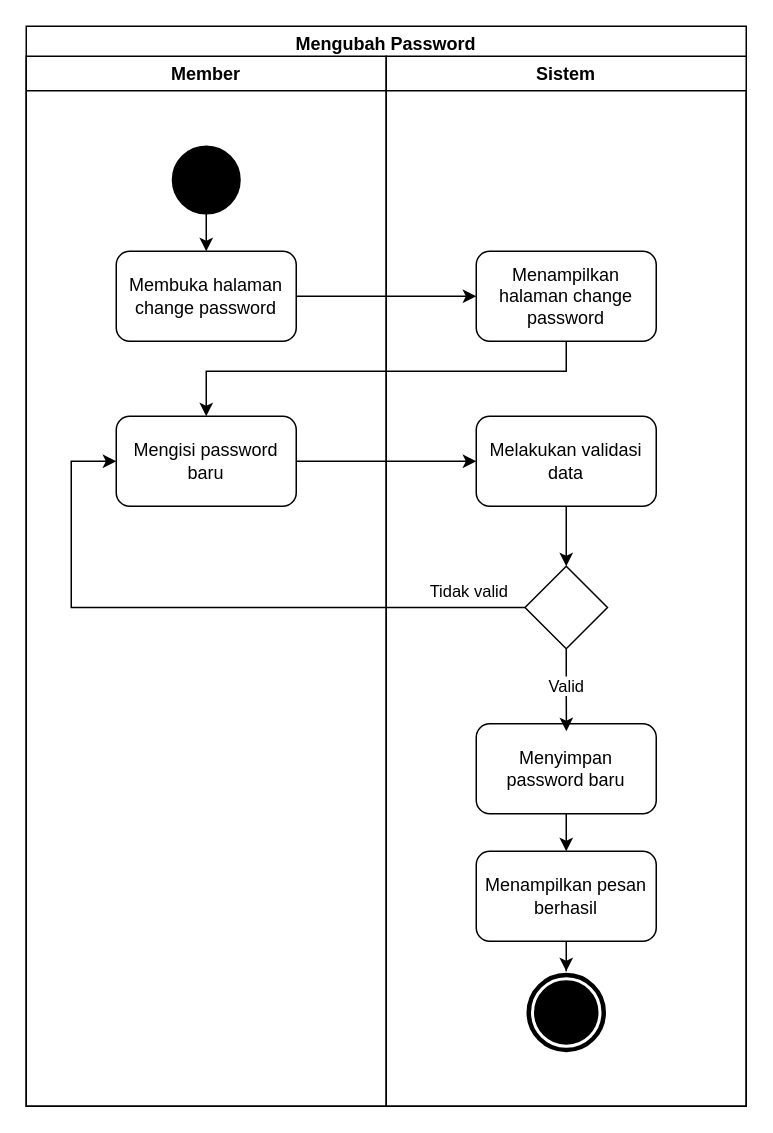
The draw.io diagram Diagram/Activity Diagram/7. mengubah password.drawio in techie-jhs/thesis, before the edit. Source tidied: cells renumbered, new cells numbered last; positions are measured from the earlier drawing's top-left corner, leaving out a move shared by most shapes. Both pictures are drawn from the tidied source at 150%, with x=0, y=0 at pixel (26, 26).
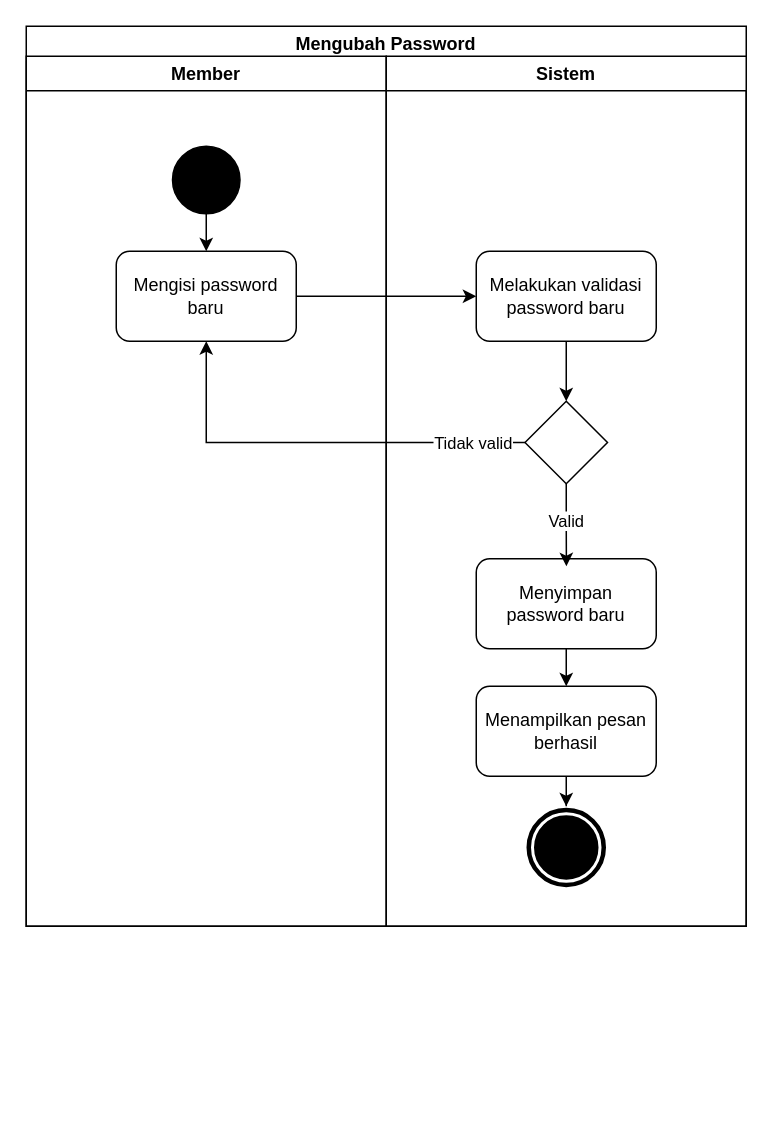
Above is the later version.

Unchanged cells that the change refers to:
```xml
<mxCell id="5" style="ellipse;whiteSpace=wrap;html=1;fillColor=#000000;" parent="3" vertex="1">
  <mxGeometry x="97.5" y="60" width="45" height="45" as="geometry" />
</mxCell>
```

Change to the diagram source:
```diff
@@
     <mxCell id="2" value="Mengubah Password" style="swimlane;fillColor=none;" parent="1" vertex="1">
-      <mxGeometry width="480" height="720" as="geometry" />
+      <mxGeometry width="480" height="600" as="geometry" />
     </mxCell>
     <mxCell id="3" value="Member" style="swimlane;" parent="2" vertex="1">
-      <mxGeometry y="20" width="240" height="700" as="geometry" />
+      <mxGeometry y="20" width="240" height="580" as="geometry" />
     </mxCell>
-    <mxCell id="4" style="edgeStyle=orthogonalEdgeStyle;rounded=0;jettySize=auto;html=1;" parent="3" edge="1" source="5" target="6">
-      <mxGeometry relative="1" as="geometry" />
-    </mxCell>
+    <mxCell id="24" style="edgeStyle=orthogonalEdgeStyle;rounded=0;jettySize=auto;html=1;" parent="3" edge="1" source="5" target="7">
+      <mxGeometry relative="1" as="geometry" />
+    </mxCell>
@@
-    <mxCell id="6" value="Membuka halaman change password" style="rounded=1;whiteSpace=wrap;html=1;fillColor=none;" parent="3" vertex="1">
-      <mxGeometry x="60" y="130" width="120" height="60" as="geometry" />
-    </mxCell>
     <mxCell id="7" value="&lt;span&gt;Mengisi password baru&lt;/span&gt;" style="rounded=1;whiteSpace=wrap;html=1;fillColor=none;" parent="3" vertex="1">
-      <mxGeometry x="60" y="240" width="120" height="60" as="geometry" />
+      <mxGeometry x="60" y="130" width="120" height="60" as="geometry" />
     </mxCell>
     <mxCell id="8" value="Sistem" style="swimlane;" parent="2" vertex="1">
-      <mxGeometry x="240" y="20" width="240" height="700" as="geometry" />
+      <mxGeometry x="240" y="20" width="240" height="580" as="geometry" />
     </mxCell>
@@
-    <mxCell id="10" value="Melakukan validasi data" style="rounded=1;whiteSpace=wrap;html=1;fillColor=none;" parent="8" vertex="1">
-      <mxGeometry x="60" y="240" width="120" height="60" as="geometry" />
+    <mxCell id="10" value="Melakukan validasi password baru" style="rounded=1;whiteSpace=wrap;html=1;fillColor=none;" parent="8" vertex="1">
+      <mxGeometry x="60" y="130" width="120" height="60" as="geometry" />
     </mxCell>
     <mxCell id="11" value="Valid" style="edgeStyle=orthogonalEdgeStyle;rounded=0;jettySize=auto;html=1;exitX=0.5;exitY=1;exitDx=0;exitDy=0;" parent="8" edge="1" source="12">
       <mxGeometry x="-0.09" relative="1" as="geometry">
-        <mxPoint x="120.1" y="450" as="targetPoint" />
+        <mxPoint x="120.1" y="340" as="targetPoint" />
       </mxGeometry>
     </mxCell>
     <mxCell id="12" style="rhombus;whiteSpace=wrap;html=1;fillColor=none;" parent="8" vertex="1">
-      <mxGeometry x="92.5" y="340" width="55" height="55" as="geometry" />
+      <mxGeometry x="92.5" y="230" width="55" height="55" as="geometry" />
     </mxCell>
@@
     <mxCell id="14" value="Menyimpan&lt;br&gt;password baru" style="rounded=1;whiteSpace=wrap;html=1;fillColor=none;" parent="8" vertex="1">
-      <mxGeometry x="60" y="445" width="120" height="60" as="geometry" />
+      <mxGeometry x="60" y="335" width="120" height="60" as="geometry" />
     </mxCell>
-    <mxCell id="15" value="Menampilkan halaman change password" style="rounded=1;whiteSpace=wrap;html=1;fillColor=none;" parent="8" vertex="1">
-      <mxGeometry x="60" y="130" width="120" height="60" as="geometry" />
-    </mxCell>
     <mxCell id="16" style="ellipse;shape=doubleEllipse;whiteSpace=wrap;html=1;fillColor=#000000;strokeColor=#FFFFFF;strokeWidth=2;" parent="8" vertex="1">
-      <mxGeometry x="92.5" y="610" width="55" height="55" as="geometry" />
+      <mxGeometry x="92.5" y="500" width="55" height="55" as="geometry" />
     </mxCell>
@@
     <mxCell id="18" value="Menampilkan pesan berhasil" style="rounded=1;whiteSpace=wrap;html=1;fillColor=none;" parent="8" vertex="1">
-      <mxGeometry x="60" y="530" width="120" height="60" as="geometry" />
+      <mxGeometry x="60" y="420" width="120" height="60" as="geometry" />
     </mxCell>
-    <mxCell id="19" style="edgeStyle=orthogonalEdgeStyle;rounded=0;jettySize=auto;html=1;entryX=0;entryY=0.5;entryDx=0;entryDy=0;exitX=0;exitY=0.5;exitDx=0;exitDy=0;" parent="2" edge="1" source="12" target="7">
+    <mxCell id="19" style="edgeStyle=orthogonalEdgeStyle;rounded=0;jettySize=auto;html=1;entryX=0.5;entryY=1;entryDx=0;entryDy=0;exitX=0;exitY=0.5;exitDx=0;exitDy=0;" parent="2" edge="1" source="12" target="7">
       <mxGeometry relative="1" as="geometry">
         <Array as="points">
-          <mxPoint x="30" y="387" />
-          <mxPoint x="30" y="290" />
+          <mxPoint x="120" y="278" />
         </Array>
       </mxGeometry>
     </mxCell>
     <mxCell id="20" value="Tidak valid" style="edgeLabel;html=1;align=center;verticalAlign=middle;" parent="19" vertex="1">
       <mxGeometry x="-0.82" y="-2" relative="1" as="geometry">
-        <mxPoint x="1" y="-9" as="offset" />
+        <mxPoint x="-10" y="2" as="offset" />
       </mxGeometry>
     </mxCell>
-    <mxCell id="21" style="edgeStyle=orthogonalEdgeStyle;rounded=0;jettySize=auto;html=1;entryX=0;entryY=0.5;entryDx=0;entryDy=0;" parent="2" edge="1" source="6" target="15">
-      <mxGeometry relative="1" as="geometry" />
-    </mxCell>
-    <mxCell id="22" style="edgeStyle=orthogonalEdgeStyle;rounded=0;jettySize=auto;html=1;" parent="2" edge="1" source="15" target="7">
-      <mxGeometry relative="1" as="geometry">
-        <Array as="points">
-          <mxPoint x="360" y="230" />
-          <mxPoint x="120" y="230" />
-        </Array>
-      </mxGeometry>
-    </mxCell>
```
